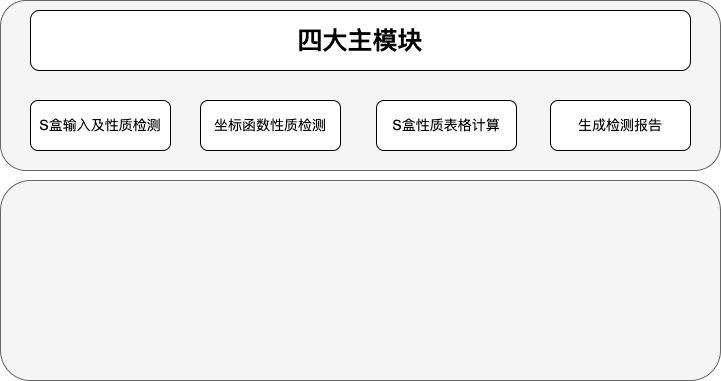
Earlier version of the draw.io export jiagou.png (GRHun/image-PicX). Source tidied: cells renumbered, new cells last; positions are measured from the earlier drawing's top-left corner, leaving out a move shared by most shapes.
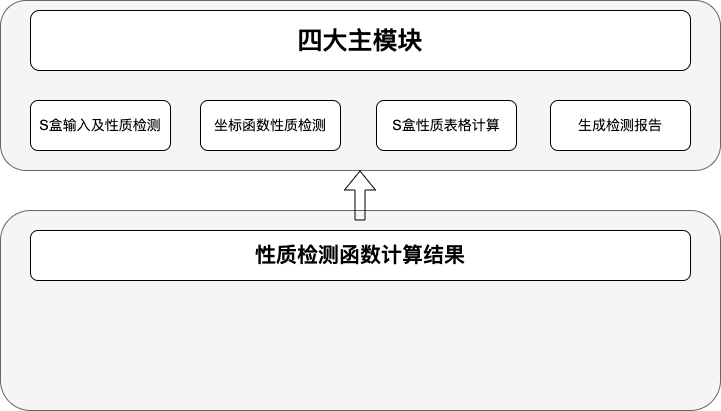
Later version of the same file.

Change to the diagram source:
```diff
@@ -21,7 +21,16 @@
       <mxGeometry x="550" y="100" width="140" height="50" as="geometry" />
     </mxCell>
     <mxCell id="8" style="rounded=1;whiteSpace=wrap;html=1;labelBackgroundColor=#99FFFF;fontFamily=Times New Roman;fillColor=#f5f5f5;strokeColor=#666666;glass=0;shadow=0;sketch=0;fontColor=#333333;" parent="1" vertex="1">
-      <mxGeometry y="180" width="720" height="200" as="geometry" />
+      <mxGeometry y="210" width="720" height="200" as="geometry" />
     </mxCell>
+    <mxCell id="9" value="&lt;h2&gt;性质检测函数计算结果&lt;/h2&gt;" style="rounded=1;whiteSpace=wrap;html=1;shadow=0;glass=0;sketch=0;fontSize=14;" parent="1" vertex="1">
+      <mxGeometry x="30" y="230" width="660" height="50" as="geometry" />
+    </mxCell>
+    <mxCell id="10" style="shape=flexArrow;endArrow=classic;html=1;rounded=0;fontSize=14;" parent="1" edge="1">
+      <mxGeometry relative="1" as="geometry">
+        <mxPoint x="359.5" y="220" as="sourcePoint" />
+        <mxPoint x="359.5" y="170" as="targetPoint" />
+      </mxGeometry>
+    </mxCell>
   </root>
 </mxGraphModel>
```
